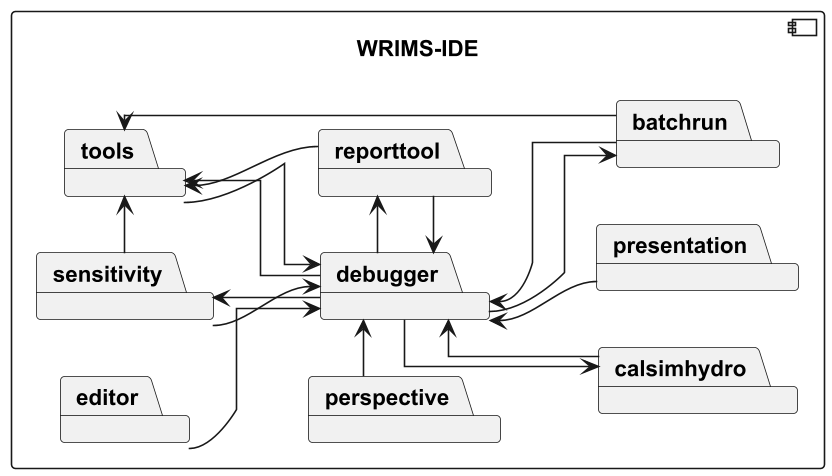
Above: docs/diagrams/wrims-ide/wrims-ide-interdeps.png in CentralValleyModeling/wrims (PlantUML), before the change.
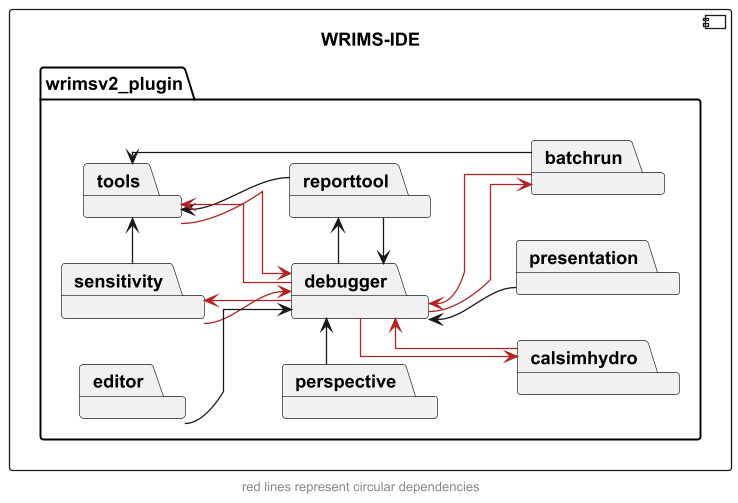
The same diagram one commit later.

Change to the diagram source:
```diff
@@ -3,38 +3,41 @@
 skinparam linetype ortho
 
 component WRIMS_IDE as "WRIMS-IDE" {
-    package debugger
-    package sensitivity
-    package tools
-    package reporttool
-    package batchrun
-    package calsimhydro
-    package editor
-    package perspective
-    package presentation
+    package wrimsv2_plugin {
+        package debugger
+        package sensitivity
+        package tools
+        package reporttool
+        package batchrun
+        package calsimhydro
+        package editor
+        package perspective
+        package presentation
+    }
 }
 
 sensitivity -> tools
-sensitivity -> debugger
+sensitivity -> debugger #firebrick
 
-calsimhydro --> debugger
+calsimhydro --> debugger #firebrick
 
 batchrun -> tools
-batchrun --> debugger
+batchrun --> debugger #firebrick
 
 reporttool -> tools
 reporttool -> debugger
 
-debugger -> sensitivity
-debugger -> batchrun
-debugger -> calsimhydro
+debugger -> sensitivity #firebrick
+debugger -> batchrun #firebrick
+debugger -> calsimhydro #firebrick
 debugger -> reporttool
-debugger -> tools
+debugger -> tools #firebrick
 
-tools --> debugger
+tools --> debugger #firebrick
 
 editor -d-> debugger
 perspective -> debugger
 presentation -u-> debugger
 
+footer "red lines represent circular dependencies"
 @enduml
```
